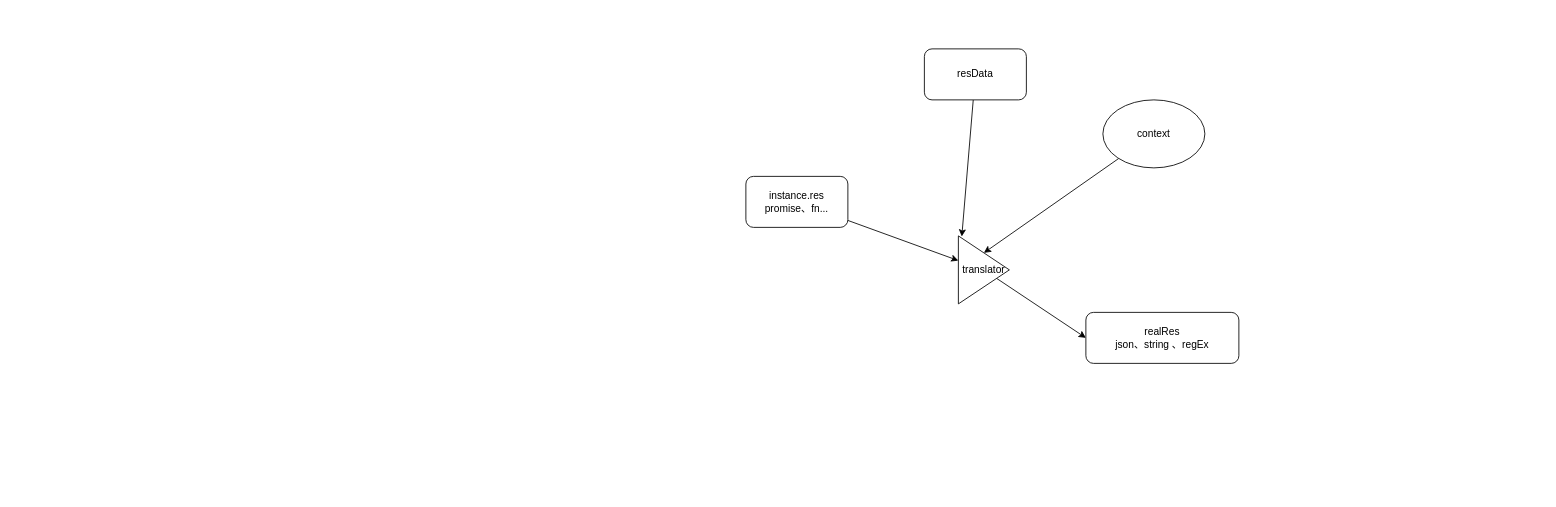
The draw.io diagram docs/atest.drawio in apporoad/atest.js, before the edit. Source tidied: cells renumbered, new cells numbered last; positions are measured from the earlier drawing's top-left corner, leaving out a move shared by most shapes. Both pictures are drawn from the tidied source at 85%, with x=0, y=0 at pixel (745, 48). Pictures stored in the file or linked from it are replaced by grey dashed boxes.
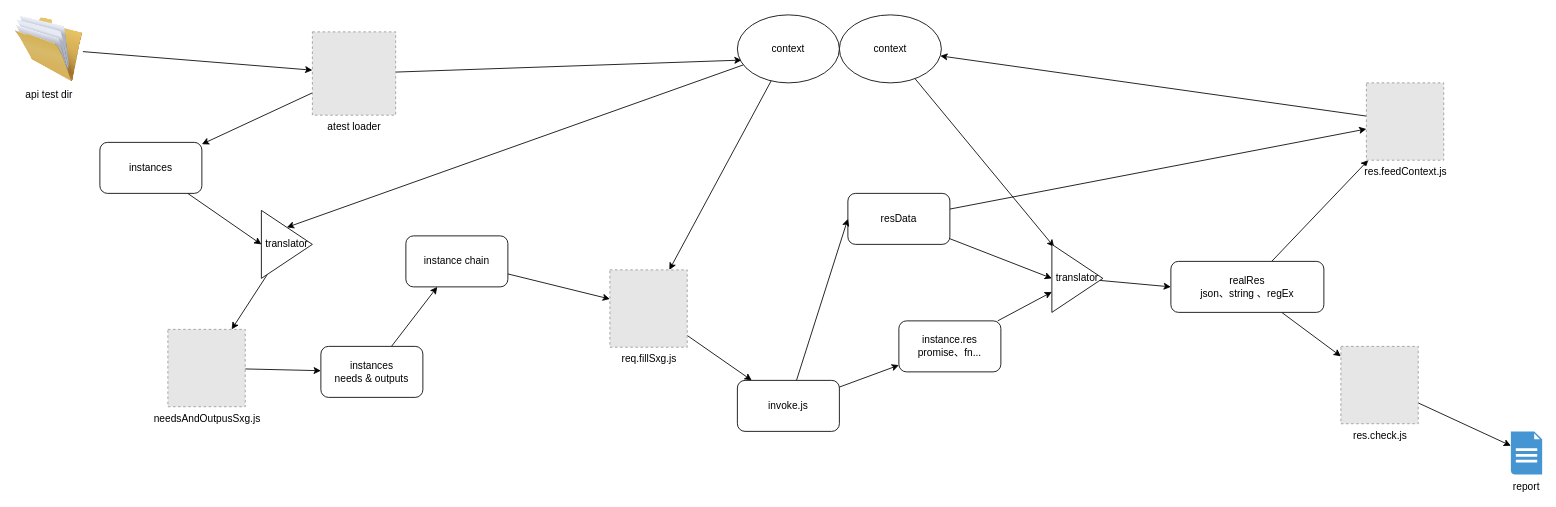
The same diagram, later.

What changed in the source:
```diff
@@
-    <mxCell id="2" style="edgeStyle=none;rounded=0;jettySize=auto;html=1;entryX=0.067;entryY=0.01;entryDx=0;entryDy=0;entryPerimeter=0;" parent="1" edge="1" source="3" target="9">
+    <mxCell id="2" style="edgeStyle=none;rounded=0;jettySize=auto;html=1;entryX=0;entryY=0.5;entryDx=0;entryDy=0;" parent="1" edge="1" source="3" target="9">
       <mxGeometry relative="1" as="geometry" />
     </mxCell>
+    <mxCell id="11" style="edgeStyle=none;rounded=0;jettySize=auto;html=1;" parent="1" edge="1" source="3" target="15">
+      <mxGeometry relative="1" as="geometry" />
+    </mxCell>
     <mxCell id="3" value="resData" style="rounded=1;whiteSpace=wrap;html=1;" parent="1" vertex="1">
-      <mxGeometry x="210" width="120" height="60" as="geometry" />
+      <mxGeometry x="120" y="170" width="120" height="60" as="geometry" />
     </mxCell>
@@
     <mxCell id="5" value="instance.res&lt;br&gt;promise、fn..." style="rounded=1;whiteSpace=wrap;html=1;" parent="1" vertex="1">
-      <mxGeometry y="150" width="120" height="60" as="geometry" />
+      <mxGeometry x="180" y="320" width="120" height="60" as="geometry" />
     </mxCell>
-    <mxCell id="6" style="edgeStyle=none;rounded=0;jettySize=auto;html=1;entryX=0.5;entryY=0;entryDx=0;entryDy=0;" parent="1" edge="1" source="7" target="9">
+    <mxCell id="6" style="edgeStyle=none;rounded=0;jettySize=auto;html=1;entryX=0.043;entryY=0.036;entryDx=0;entryDy=0;entryPerimeter=0;" parent="1" edge="1" source="7" target="9">
       <mxGeometry relative="1" as="geometry" />
     </mxCell>
     <mxCell id="7" value="context" style="ellipse;whiteSpace=wrap;html=1;" parent="1" vertex="1">
-      <mxGeometry x="420" y="60" width="120" height="80" as="geometry" />
+      <mxGeometry x="110" y="-40" width="120" height="80" as="geometry" />
     </mxCell>
@@
     <mxCell id="9" value="translator" style="triangle;whiteSpace=wrap;html=1;" parent="1" vertex="1">
-      <mxGeometry x="250" y="220" width="60" height="80" as="geometry" />
+      <mxGeometry x="360" y="230" width="60" height="80" as="geometry" />
     </mxCell>
+    <mxCell id="12" style="rounded=0;jettySize=auto;html=1;" parent="1" edge="1" source="10" target="15">
+      <mxGeometry relative="1" as="geometry" />
+    </mxCell>
+    <mxCell id="13" style="edgeStyle=none;rounded=0;jettySize=auto;html=1;" parent="1" edge="1" source="10" target="17">
+      <mxGeometry relative="1" as="geometry" />
+    </mxCell>
     <mxCell id="10" value="realRes&lt;br&gt;json、string 、regEx" style="rounded=1;whiteSpace=wrap;html=1;" parent="1" vertex="1">
-      <mxGeometry x="400" y="310" width="180" height="60" as="geometry" />
+      <mxGeometry x="500" y="250" width="180" height="60" as="geometry" />
     </mxCell>
+    <mxCell id="14" style="edgeStyle=none;rounded=0;jettySize=auto;html=1;" parent="1" edge="1" source="15" target="7">
+      <mxGeometry relative="1" as="geometry" />
+    </mxCell>
+    <mxCell id="15" value="res.feedContext.js" style="fillColor=#E6E6E6;strokeColor=#999999;dashed=1;html=1;verticalLabelPosition=bottom;labelBackgroundColor=#ffffff;verticalAlign=top;" parent="1" vertex="1">
+      <mxGeometry x="730" y="40" width="91" height="91" as="geometry" />
+    </mxCell>
+    <mxCell id="16" style="edgeStyle=none;rounded=0;jettySize=auto;html=1;" parent="1" edge="1" source="17" target="18">
+      <mxGeometry relative="1" as="geometry" />
+    </mxCell>
+    <mxCell id="17" value="res.check.js" style="fillColor=#E6E6E6;strokeColor=#999999;dashed=1;html=1;verticalLabelPosition=bottom;labelBackgroundColor=#ffffff;verticalAlign=top;" parent="1" vertex="1">
+      <mxGeometry x="700" y="350" width="91" height="91" as="geometry" />
+    </mxCell>
+    <mxCell id="18" value="report" style="shadow=0;dashed=0;html=1;strokeColor=none;fillColor=#4495D1;labelPosition=center;verticalLabelPosition=bottom;verticalAlign=top;align=center;outlineConnect=0;shape=mxgraph.veeam.2d.report;" parent="1" vertex="1">
+      <mxGeometry x="900" y="450" width="36.8" height="50.8" as="geometry" />
+    </mxCell>
+    <mxCell id="19" style="edgeStyle=none;rounded=0;jettySize=auto;html=1;" parent="1" edge="1" source="21" target="5">
+      <mxGeometry relative="1" as="geometry" />
+    </mxCell>
+    <mxCell id="20" style="edgeStyle=none;rounded=0;jettySize=auto;html=1;entryX=0;entryY=0.5;entryDx=0;entryDy=0;" parent="1" edge="1" source="21" target="3">
+      <mxGeometry relative="1" as="geometry" />
+    </mxCell>
+    <mxCell id="21" value="invoke.js" style="rounded=1;whiteSpace=wrap;html=1;" parent="1" vertex="1">
+      <mxGeometry x="-10" y="390" width="120" height="60" as="geometry" />
+    </mxCell>
+    <mxCell id="22" style="edgeStyle=none;rounded=0;jettySize=auto;html=1;" parent="1" edge="1" source="23" target="26">
+      <mxGeometry relative="1" as="geometry" />
+    </mxCell>
+    <mxCell id="23" value="api test dir" style="image;html=1;labelBackgroundColor=#ffffff;image=img/lib/clip_art/general/Full_Folder_128x128.png;" parent="1" vertex="1">
+      <mxGeometry x="-860" y="-40" width="80" height="80" as="geometry" />
+    </mxCell>
+    <mxCell id="24" style="edgeStyle=none;rounded=0;jettySize=auto;html=1;" parent="1" edge="1" source="26" target="28">
+      <mxGeometry relative="1" as="geometry" />
+    </mxCell>
+    <mxCell id="25" style="edgeStyle=none;rounded=0;jettySize=auto;html=1;entryX=0.042;entryY=0.665;entryDx=0;entryDy=0;entryPerimeter=0;" parent="1" edge="1" source="26" target="31">
+      <mxGeometry relative="1" as="geometry" />
+    </mxCell>
+    <mxCell id="26" value="atest loader" style="fillColor=#E6E6E6;strokeColor=#999999;dashed=1;html=1;verticalAlign=top;verticalLabelPosition=bottom;labelBackgroundColor=#ffffff;" parent="1" vertex="1">
+      <mxGeometry x="-510" y="-20" width="98" height="98" as="geometry" />
+    </mxCell>
+    <mxCell id="27" style="edgeStyle=none;rounded=0;jettySize=auto;html=1;entryX=0;entryY=0.5;entryDx=0;entryDy=0;" parent="1" edge="1" source="28" target="37">
+      <mxGeometry relative="1" as="geometry" />
+    </mxCell>
+    <mxCell id="28" value="instances" style="rounded=1;whiteSpace=wrap;html=1;" parent="1" vertex="1">
+      <mxGeometry x="-760" y="110" width="120" height="60" as="geometry" />
+    </mxCell>
+    <mxCell id="29" style="edgeStyle=none;rounded=0;jettySize=auto;html=1;entryX=0.5;entryY=0;entryDx=0;entryDy=0;" parent="1" edge="1" source="31" target="37">
+      <mxGeometry relative="1" as="geometry" />
+    </mxCell>
+    <mxCell id="30" style="edgeStyle=none;rounded=0;jettySize=auto;html=1;" parent="1" edge="1" source="31" target="41">
+      <mxGeometry relative="1" as="geometry" />
+    </mxCell>
+    <mxCell id="31" value="context" style="ellipse;whiteSpace=wrap;html=1;" parent="1" vertex="1">
+      <mxGeometry x="-10" y="-40" width="120" height="80" as="geometry" />
+    </mxCell>
+    <mxCell id="32" style="edgeStyle=none;rounded=0;jettySize=auto;html=1;" parent="1" edge="1" source="33" target="35">
+      <mxGeometry relative="1" as="geometry" />
+    </mxCell>
+    <mxCell id="33" value="needsAndOutpusSxg.js" style="fillColor=#E6E6E6;strokeColor=#999999;dashed=1;html=1;verticalLabelPosition=bottom;labelBackgroundColor=#ffffff;verticalAlign=top;" parent="1" vertex="1">
+      <mxGeometry x="-680" y="330" width="91" height="91" as="geometry" />
+    </mxCell>
+    <mxCell id="34" style="edgeStyle=none;rounded=0;jettySize=auto;html=1;" parent="1" edge="1" source="35" target="39">
+      <mxGeometry relative="1" as="geometry" />
+    </mxCell>
+    <mxCell id="35" value="instances&lt;br&gt;needs &amp;amp; outputs" style="rounded=1;whiteSpace=wrap;html=1;" parent="1" vertex="1">
+      <mxGeometry x="-500" y="350" width="120" height="60" as="geometry" />
+    </mxCell>
+    <mxCell id="36" style="edgeStyle=none;rounded=0;jettySize=auto;html=1;" parent="1" edge="1" source="37" target="33">
+      <mxGeometry relative="1" as="geometry" />
+    </mxCell>
+    <mxCell id="37" value="translator" style="triangle;whiteSpace=wrap;html=1;" parent="1" vertex="1">
+      <mxGeometry x="-570" y="190" width="60" height="80" as="geometry" />
+    </mxCell>
+    <mxCell id="38" style="edgeStyle=none;rounded=0;jettySize=auto;html=1;" parent="1" edge="1" source="39" target="41">
+      <mxGeometry relative="1" as="geometry" />
+    </mxCell>
+    <mxCell id="39" value="instance chain" style="rounded=1;whiteSpace=wrap;html=1;" parent="1" vertex="1">
+      <mxGeometry x="-400" y="220" width="120" height="60" as="geometry" />
+    </mxCell>
+    <mxCell id="40" style="edgeStyle=none;rounded=0;jettySize=auto;html=1;" parent="1" edge="1" source="41" target="21">
+      <mxGeometry relative="1" as="geometry" />
+    </mxCell>
+    <mxCell id="41" value="req.fillSxg.js" style="fillColor=#E6E6E6;strokeColor=#999999;dashed=1;html=1;verticalLabelPosition=bottom;labelBackgroundColor=#ffffff;verticalAlign=top;" parent="1" vertex="1">
+      <mxGeometry x="-160" y="260" width="91" height="91" as="geometry" />
+    </mxCell>
```
